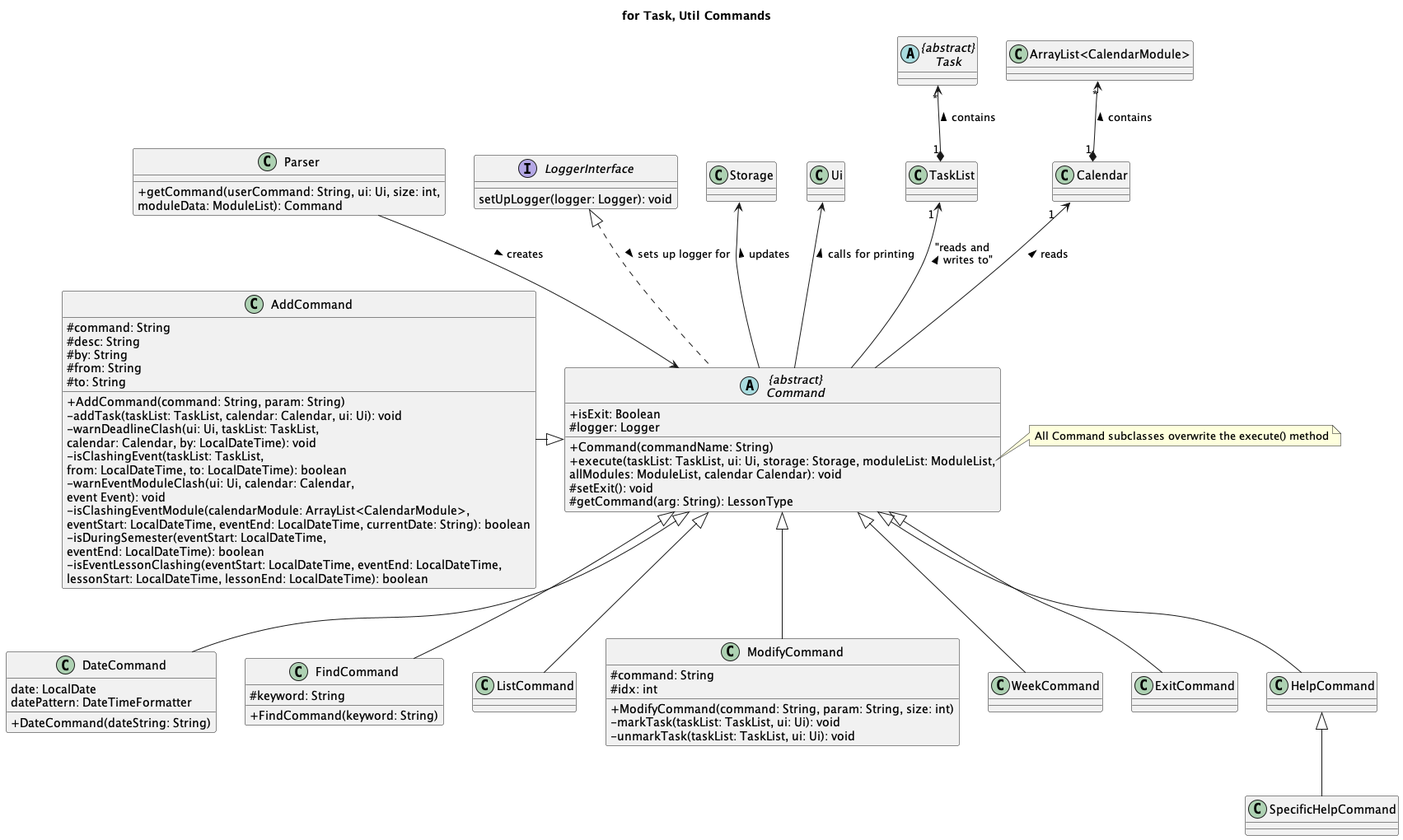
Earlier version of the PlantUML export docs/uml-diagrams/Command-for_Task__Util_Commands.png (nus-cs2113-AY2223S2/tp).
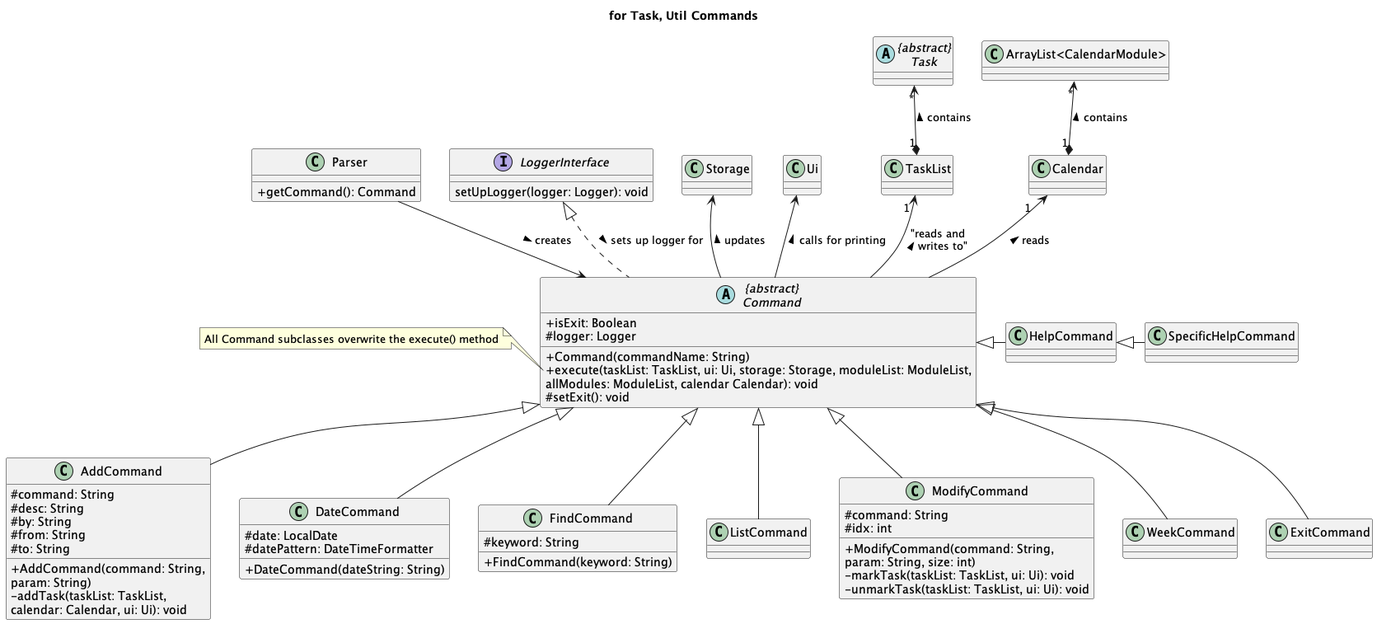
The same diagram one commit later.

Change to the diagram source:
```diff
@@ -4,8 +4,7 @@
 title for Task, Util Commands
 
 class Parser {
-+ getCommand(userCommand: String, ui: Ui, size: int,
-moduleData: ModuleList): Command
++ getCommand(): Command
 }
 Parser --> Command : creates >
 
@@ -16,10 +15,9 @@
 + execute(taskList: TaskList, ui: Ui, storage: Storage, moduleList: ModuleList,
 allModules: ModuleList, calendar Calendar): void
 # setExit(): void
-# getCommand(arg: String): LessonType
 }
 
-note right of Command::execute
+note left of Command::execute
     All Command subclasses overwrite the execute() method
 end note
 
@@ -35,26 +33,16 @@
 # from: String
 # to: String
 __
-+ AddCommand(command: String, param: String)
-- addTask(taskList: TaskList, calendar: Calendar, ui: Ui): void
-- warnDeadlineClash(ui: Ui, taskList: TaskList,
-calendar: Calendar, by: LocalDateTime): void
-- isClashingEvent(taskList: TaskList,
-from: LocalDateTime, to: LocalDateTime): boolean
-- warnEventModuleClash(ui: Ui, calendar: Calendar,
-event Event): void
-- isClashingEventModule(calendarModule: ArrayList<CalendarModule>,
-eventStart: LocalDateTime, eventEnd: LocalDateTime, currentDate: String): boolean
-- isDuringSemester(eventStart: LocalDateTime,
-eventEnd: LocalDateTime): boolean
-- isEventLessonClashing(eventStart: LocalDateTime, eventEnd: LocalDateTime,
-lessonStart: LocalDateTime, lessonEnd: LocalDateTime): boolean
++ AddCommand(command: String,
+param: String)
+- addTask(taskList: TaskList,
+calendar: Calendar, ui: Ui): void
 }
-AddCommand -|> Command
+Command <|-- AddCommand
 
 class DateCommand {
-date: LocalDate
-datePattern: DateTimeFormatter
+# date: LocalDate
+# datePattern: DateTimeFormatter
 + DateCommand(dateString: String)
 }
 Command <|-- DateCommand
@@ -71,7 +59,8 @@
 class ModifyCommand{
 # command: String
 # idx: int
-+ModifyCommand(command: String, param: String, size: int)
++ModifyCommand(command: String,
+param: String, size: int)
 -markTask(taskList: TaskList, ui: Ui): void
 -unmarkTask(taskList: TaskList, ui: Ui): void
 }
@@ -84,10 +73,10 @@
 Command <|-- ExitCommand
 
 class HelpCommand
-Command <|-- HelpCommand
+Command <|- HelpCommand
 
 class SpecificHelpCommand
-HelpCommand <|-- SpecificHelpCommand
+HelpCommand <|- SpecificHelpCommand
 
 Storage <-- Command : updates <
 Ui <-- Command : calls for printing <
```
